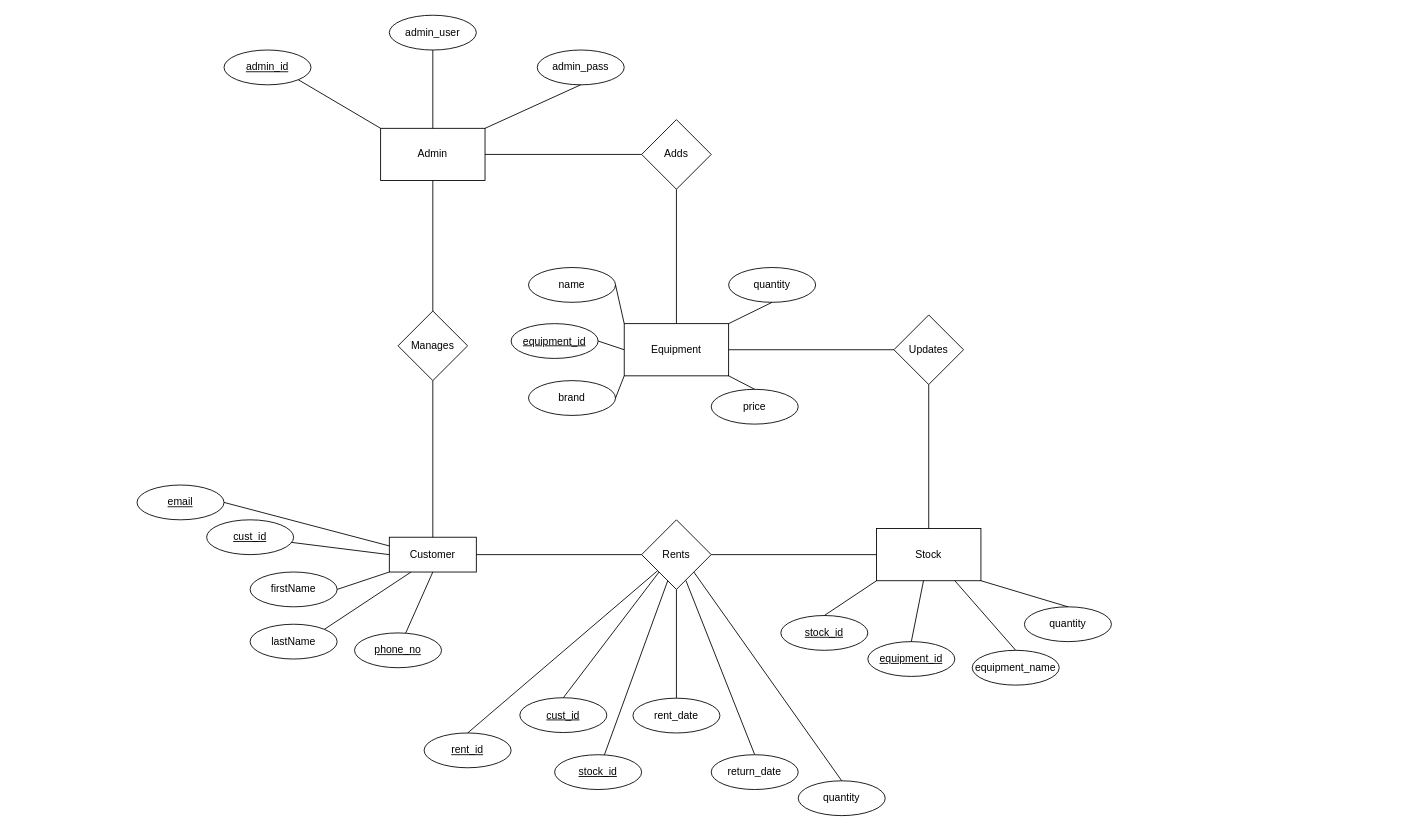
Earlier version of the draw.io diagram MAIN_PROJECT_ER.drawio (izenreal/Movie-Equipment-Rental-System). Source tidied: cells renumbered, new cells numbered last; positions are measured from the earlier drawing's top-left corner, leaving out a move shared by most shapes. Both pictures are drawn from the tidied source at 87%, with x=0, y=0 at pixel (137, 15).
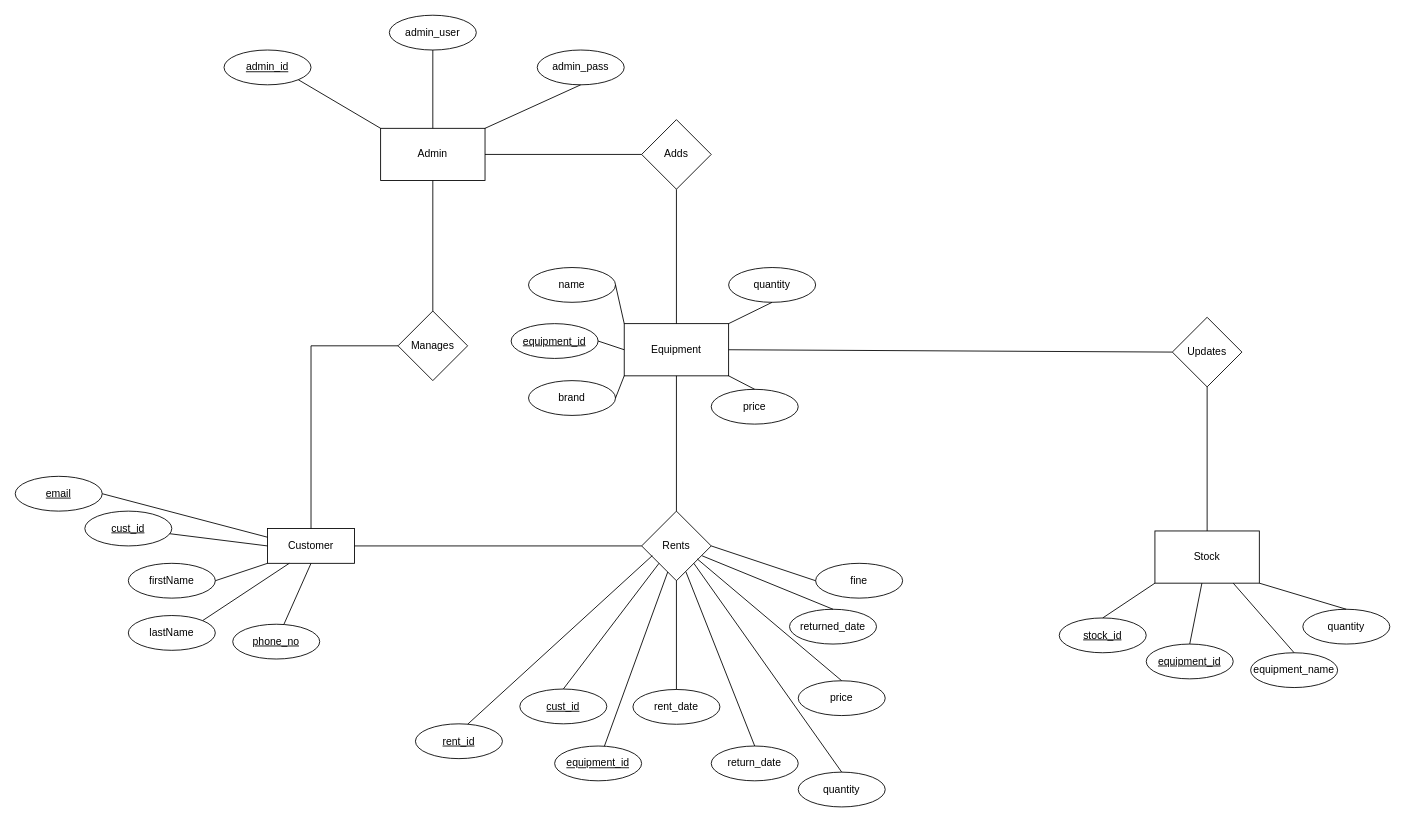
The same page after the edit.

Unchanged cells that the change refers to:
```xml
<mxCell id="15" value="Manages" style="rhombus;whiteSpace=wrap;html=1;" parent="1" vertex="1">
  <mxGeometry x="300" y="340" width="80" height="80" as="geometry" />
</mxCell>
<mxCell id="22" value="Equipment" style="rounded=0;whiteSpace=wrap;html=1;" parent="1" vertex="1">
  <mxGeometry x="560" y="354.5" width="120" height="60" as="geometry" />
</mxCell>
```

The edit, as a diff of the source:
```diff
@@
     <mxCell id="3" value="Stock" style="rounded=0;whiteSpace=wrap;html=1;" parent="1" vertex="1">
-      <mxGeometry x="850" y="590" width="120" height="60" as="geometry" />
+      <mxGeometry x="1170" y="592.8" width="120" height="60" as="geometry" />
     </mxCell>
     <mxCell id="4" value="Customer" style="whiteSpace=wrap;html=1;align=center;" parent="1" vertex="1">
-      <mxGeometry x="290" y="600" width="100" height="40" as="geometry" />
+      <mxGeometry x="150" y="590" width="100" height="40" as="geometry" />
     </mxCell>
     <mxCell id="5" value="firstName" style="ellipse;whiteSpace=wrap;html=1;align=center;" parent="1" vertex="1">
-      <mxGeometry x="130" y="640" width="100" height="40" as="geometry" />
+      <mxGeometry x="-10" y="630" width="100" height="40" as="geometry" />
     </mxCell>
     <mxCell id="6" value="lastName" style="ellipse;whiteSpace=wrap;html=1;align=center;" parent="1" vertex="1">
-      <mxGeometry x="130" y="700" width="100" height="40" as="geometry" />
+      <mxGeometry x="-10" y="690" width="100" height="40" as="geometry" />
     </mxCell>
     <mxCell id="7" value="cust_id" style="ellipse;whiteSpace=wrap;html=1;align=center;fontStyle=4;" parent="1" vertex="1">
-      <mxGeometry x="80" y="580" width="100" height="40" as="geometry" />
+      <mxGeometry x="-60" y="570" width="100" height="40" as="geometry" />
     </mxCell>
     <mxCell id="8" value="email" style="ellipse;whiteSpace=wrap;html=1;align=center;fontStyle=4;" parent="1" vertex="1">
-      <mxGeometry y="540" width="100" height="40" as="geometry" />
+      <mxGeometry x="-140" y="530" width="100" height="40" as="geometry" />
     </mxCell>
     <mxCell id="9" value="phone_no" style="ellipse;whiteSpace=wrap;html=1;align=center;fontStyle=4;" parent="1" vertex="1">
-      <mxGeometry x="250" y="710" width="100" height="40" as="geometry" />
+      <mxGeometry x="110" y="700" width="100" height="40" as="geometry" />
     </mxCell>
@@
     <mxCell id="21" value="Rents" style="rhombus;whiteSpace=wrap;html=1;" parent="1" vertex="1">
-      <mxGeometry x="580" y="580" width="80" height="80" as="geometry" />
+      <mxGeometry x="580" y="570" width="80" height="80" as="geometry" />
     </mxCell>
@@
     <mxCell id="23" value="Updates" style="rhombus;whiteSpace=wrap;html=1;" parent="1" vertex="1">
-      <mxGeometry x="870" y="344.5" width="80" height="80" as="geometry" />
+      <mxGeometry x="1190" y="347.2" width="80" height="80" as="geometry" />
     </mxCell>
@@
-    <mxCell id="28" style="endArrow=none;html=1;rounded=0;entryX=0.5;entryY=1;entryDx=0;entryDy=0;exitX=0.5;exitY=0;exitDx=0;exitDy=0;" parent="1" edge="1" source="4" target="15">
-      <mxGeometry relative="1" as="geometry" />
+    <mxCell id="28" style="endArrow=none;html=1;rounded=0;exitX=0.5;exitY=0;exitDx=0;exitDy=0;" parent="1" edge="1" source="4" target="15">
+      <mxGeometry relative="1" as="geometry">
+        <Array as="points">
+          <mxPoint x="200" y="380" />
+        </Array>
+      </mxGeometry>
     </mxCell>
-    <mxCell id="29" style="endArrow=none;html=1;rounded=0;exitX=1;exitY=0.5;exitDx=0;exitDy=0;entryX=0;entryY=0.5;entryDx=0;entryDy=0;" parent="1" edge="1" source="4" target="21">
-      <mxGeometry relative="1" as="geometry" />
-    </mxCell>
-    <mxCell id="30" style="endArrow=none;html=1;rounded=0;entryX=1;entryY=0.5;entryDx=0;entryDy=0;exitX=0;exitY=0.5;exitDx=0;exitDy=0;" parent="1" edge="1" source="3" target="21">
-      <mxGeometry relative="1" as="geometry" />
-    </mxCell>
@@
     <mxCell id="34" value="cust_id" style="ellipse;whiteSpace=wrap;html=1;align=center;fontStyle=4;" parent="1" vertex="1">
-      <mxGeometry x="440" y="784.5" width="100" height="40" as="geometry" />
+      <mxGeometry x="440" y="774.5" width="100" height="40" as="geometry" />
     </mxCell>
-    <mxCell id="35" value="stock_id" style="ellipse;whiteSpace=wrap;html=1;align=center;fontStyle=4;" parent="1" vertex="1">
-      <mxGeometry x="480" y="850" width="100" height="40" as="geometry" />
+    <mxCell id="35" value="equipment_id" style="ellipse;whiteSpace=wrap;html=1;align=center;fontStyle=4;" parent="1" vertex="1">
+      <mxGeometry x="480" y="840" width="100" height="40" as="geometry" />
     </mxCell>
     <mxCell id="36" value="rent_date" style="ellipse;whiteSpace=wrap;html=1;align=center;" parent="1" vertex="1">
-      <mxGeometry x="570" y="785" width="100" height="40" as="geometry" />
+      <mxGeometry x="570" y="775" width="100" height="40" as="geometry" />
     </mxCell>
@@
     <mxCell id="38" style="endArrow=none;html=1;rounded=0;" parent="1" edge="1" source="35">
       <mxGeometry relative="1" as="geometry">
-        <mxPoint x="610" y="650" as="targetPoint" />
+        <mxPoint x="610" y="640" as="targetPoint" />
       </mxGeometry>
     </mxCell>
@@
     <mxCell id="41" value="return_date" style="ellipse;whiteSpace=wrap;html=1;align=center;" parent="1" vertex="1">
-      <mxGeometry x="660" y="850" width="100" height="40" as="geometry" />
+      <mxGeometry x="660" y="840" width="100" height="40" as="geometry" />
     </mxCell>
     <mxCell id="42" value="equipment_id" style="ellipse;whiteSpace=wrap;html=1;align=center;fontStyle=4;" parent="1" vertex="1">
-      <mxGeometry x="840" y="720" width="100" height="40" as="geometry" />
+      <mxGeometry x="1160" y="722.8" width="100" height="40" as="geometry" />
     </mxCell>
     <mxCell id="43" value="equipment_name" style="ellipse;whiteSpace=wrap;html=1;align=center;" parent="1" vertex="1">
-      <mxGeometry x="960" y="730" width="100" height="40" as="geometry" />
+      <mxGeometry x="1280" y="732.8" width="100" height="40" as="geometry" />
     </mxCell>
     <mxCell id="44" value="quantity" style="ellipse;whiteSpace=wrap;html=1;align=center;" parent="1" vertex="1">
-      <mxGeometry x="1020" y="680" width="100" height="40" as="geometry" />
+      <mxGeometry x="1340" y="682.8" width="100" height="40" as="geometry" />
     </mxCell>
@@
     <mxCell id="58" value="quantity" style="ellipse;whiteSpace=wrap;html=1;align=center;" parent="1" vertex="1">
-      <mxGeometry x="760" y="880" width="100" height="40" as="geometry" />
+      <mxGeometry x="760" y="870" width="100" height="40" as="geometry" />
     </mxCell>
@@
     <mxCell id="60" value="rent_id" style="ellipse;whiteSpace=wrap;html=1;align=center;fontStyle=4;" parent="1" vertex="1">
-      <mxGeometry x="330" y="825" width="100" height="40" as="geometry" />
+      <mxGeometry x="320" y="814.5" width="100" height="40" as="geometry" />
     </mxCell>
-    <mxCell id="61" style="endArrow=none;html=1;rounded=0;exitX=0.5;exitY=0;exitDx=0;exitDy=0;" parent="1" edge="1" source="60" target="21">
-      <mxGeometry relative="1" as="geometry" />
+    <mxCell id="61" style="endArrow=none;html=1;rounded=0;exitX=0.5;exitY=0;exitDx=0;exitDy=0;entryX=0.154;entryY=0.639;entryDx=0;entryDy=0;entryPerimeter=0;" parent="1" edge="1" target="21">
+      <mxGeometry relative="1" as="geometry">
+        <mxPoint x="380" y="815" as="sourcePoint" />
+      </mxGeometry>
     </mxCell>
     <mxCell id="62" value="stock_id" style="ellipse;whiteSpace=wrap;html=1;align=center;fontStyle=4;" parent="1" vertex="1">
-      <mxGeometry x="740" y="690" width="100" height="40" as="geometry" />
+      <mxGeometry x="1060" y="692.8" width="100" height="40" as="geometry" />
     </mxCell>
@@
+    <mxCell id="64" style="edgeStyle=orthogonalEdgeStyle;rounded=0;orthogonalLoop=1;jettySize=auto;html=1;exitX=0.5;exitY=1;exitDx=0;exitDy=0;" parent="1" edge="1">
+      <mxGeometry relative="1" as="geometry">
+        <mxPoint x="380" y="855" as="sourcePoint" />
+        <mxPoint x="380" y="855" as="targetPoint" />
+      </mxGeometry>
+    </mxCell>
+    <mxCell id="29" style="endArrow=none;html=1;rounded=0;exitX=1;exitY=0.5;exitDx=0;exitDy=0;entryX=0;entryY=0.5;entryDx=0;entryDy=0;" parent="1" edge="1" source="4" target="21">
+      <mxGeometry relative="1" as="geometry" />
+    </mxCell>
+    <mxCell id="65" style="endArrow=none;html=1;rounded=0;entryX=0.5;entryY=1;entryDx=0;entryDy=0;exitX=0.5;exitY=0;exitDx=0;exitDy=0;" parent="1" edge="1" source="21" target="22">
+      <mxGeometry relative="1" as="geometry" />
+    </mxCell>
+    <mxCell id="66" value="returned_date" style="ellipse;whiteSpace=wrap;html=1;align=center;" parent="1" vertex="1">
+      <mxGeometry x="750" y="682.8" width="100" height="40" as="geometry" />
+    </mxCell>
+    <mxCell id="67" value="fine" style="ellipse;whiteSpace=wrap;html=1;align=center;" parent="1" vertex="1">
+      <mxGeometry x="780" y="630" width="100" height="40" as="geometry" />
+    </mxCell>
+    <mxCell id="68" style="endArrow=none;html=1;rounded=0;entryX=0.5;entryY=0;entryDx=0;entryDy=0;exitX=0.869;exitY=0.642;exitDx=0;exitDy=0;exitPerimeter=0;" parent="1" edge="1" source="21" target="66">
+      <mxGeometry relative="1" as="geometry" />
+    </mxCell>
+    <mxCell id="69" style="endArrow=none;html=1;rounded=0;entryX=0;entryY=0.5;entryDx=0;entryDy=0;exitX=1;exitY=0.5;exitDx=0;exitDy=0;" parent="1" edge="1" source="21" target="67">
+      <mxGeometry relative="1" as="geometry" />
+    </mxCell>
+    <mxCell id="70" value="price" style="ellipse;whiteSpace=wrap;html=1;align=center;" parent="1" vertex="1">
+      <mxGeometry x="760" y="765" width="100" height="40" as="geometry" />
+    </mxCell>
+    <mxCell id="71" style="endArrow=none;html=1;rounded=0;exitX=0.799;exitY=0.687;exitDx=0;exitDy=0;entryX=0.5;entryY=0;entryDx=0;entryDy=0;exitPerimeter=0;" parent="1" edge="1" source="21" target="70">
+      <mxGeometry relative="1" as="geometry" />
+    </mxCell>
```
